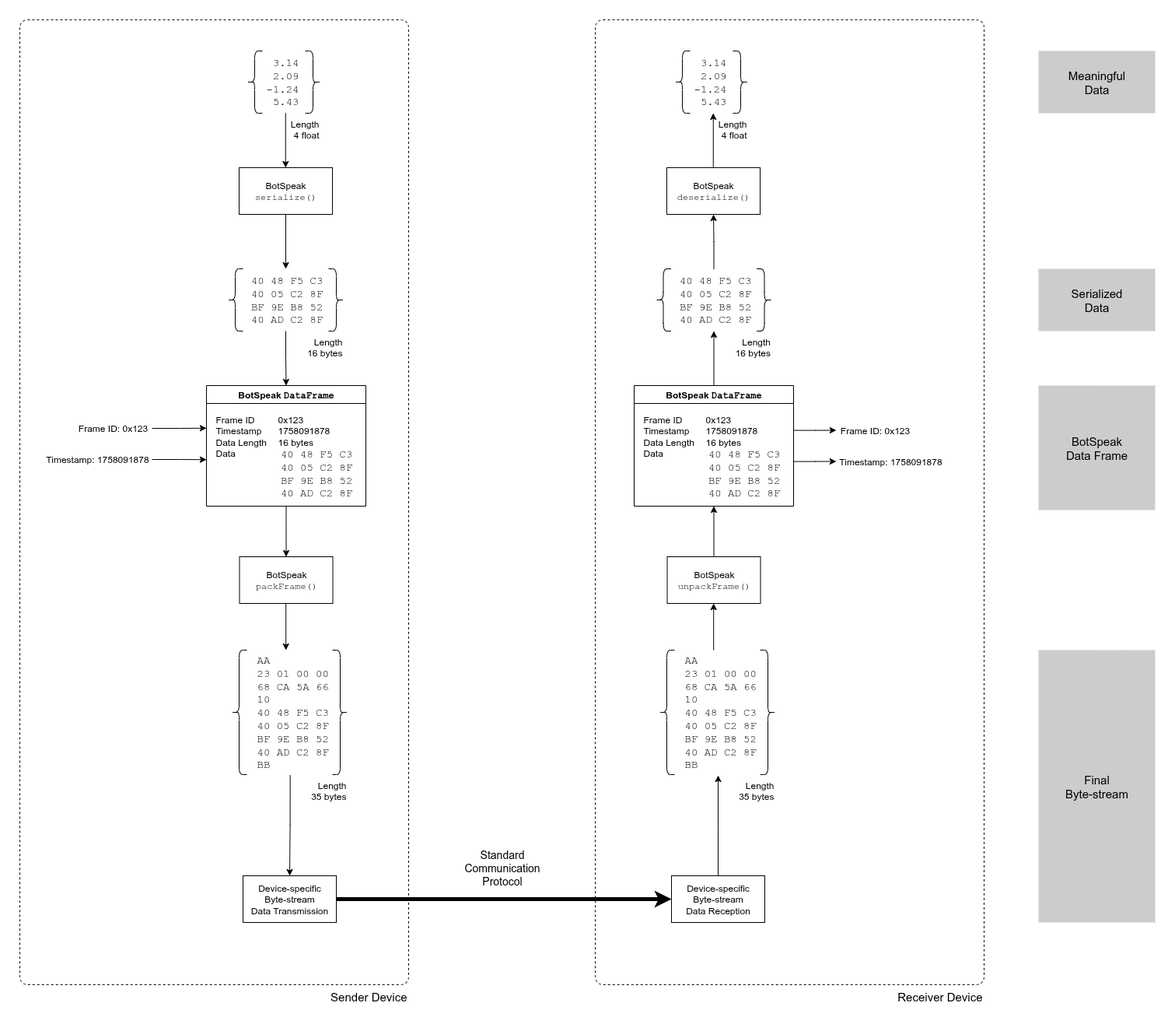
The draw.io diagram docs/usage-flow.drawio.png in eccentricOrange/BotSpeak, before a commit. Source tidied: cells renumbered, new cells last; positions are measured from the earlier drawing's top-left corner, leaving out a move shared by most shapes.
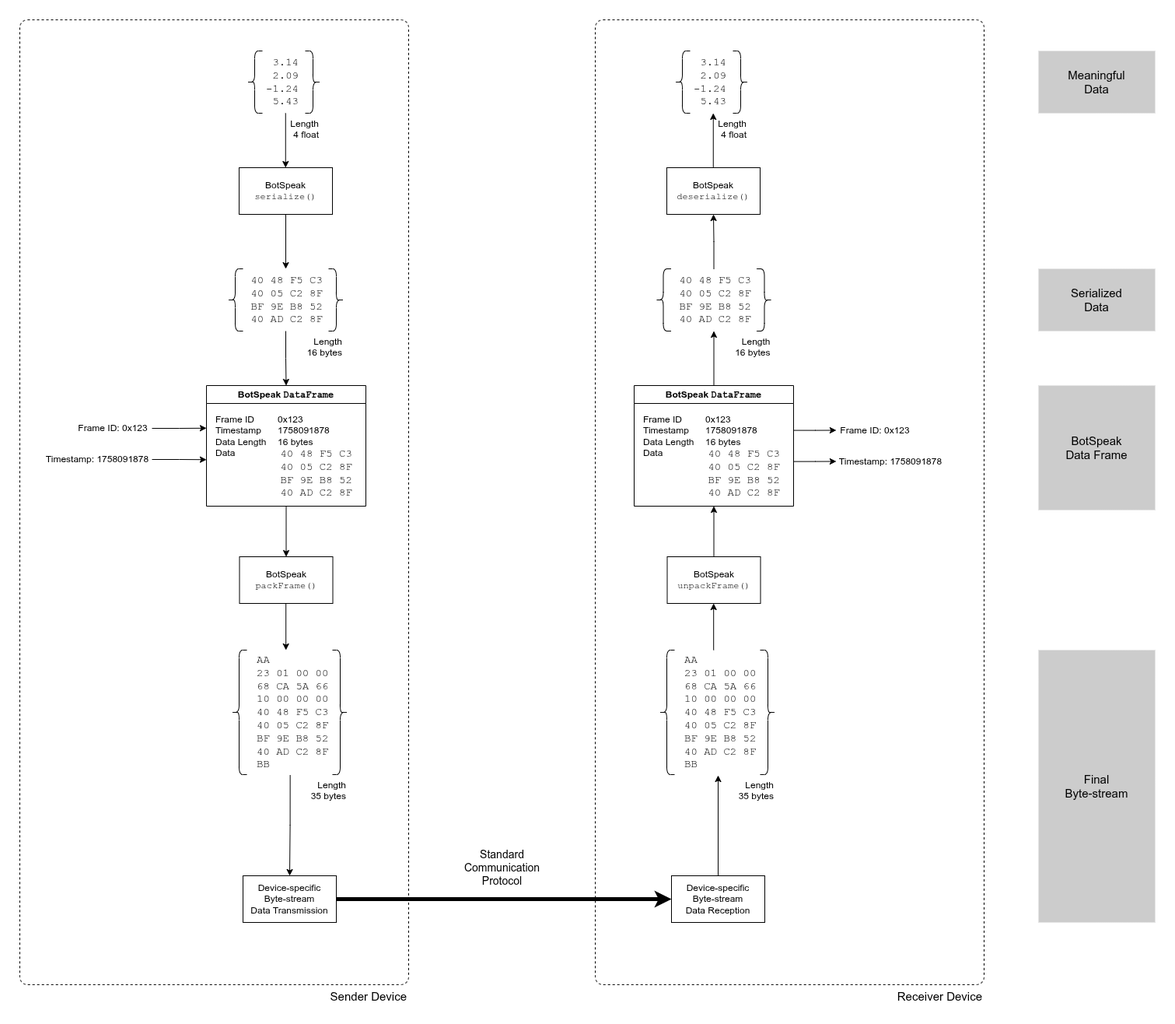
The same diagram one commit later.

What changed in the source:
```diff
@@ -69,7 +69,7 @@
     <mxCell id="21" style="shape=curlyBracket;whiteSpace=wrap;html=1;rounded=1;labelPosition=left;verticalLabelPosition=middle;align=right;verticalAlign=middle;direction=west;" parent="20" vertex="1">
       <mxGeometry x="130" width="20" height="160" as="geometry" />
     </mxCell>
-    <mxCell id="22" value="AA&lt;br&gt;23 01 00 00&lt;div&gt;68 CA 5A 66&lt;/div&gt;&lt;div&gt;10&lt;/div&gt;&lt;div&gt;40 48 F5 C3&lt;br&gt;40 05 C2 8F&lt;br&gt;BF 9E B8 52&lt;br&gt;40 AD C2 8F&lt;br&gt;BB&lt;/div&gt;" style="text;html=1;align=left;verticalAlign=middle;whiteSpace=wrap;rounded=0;fontFamily=Courier New;fontSize=14;" parent="20" vertex="1">
+    <mxCell id="22" value="AA&lt;br&gt;23 01 00 00&lt;div&gt;68 CA 5A 66&lt;/div&gt;&lt;div&gt;10 00 00 00&lt;/div&gt;&lt;div&gt;40 48 F5 C3&lt;br&gt;40 05 C2 8F&lt;br&gt;BF 9E B8 52&lt;br&gt;40 AD C2 8F&lt;br&gt;BB&lt;/div&gt;" style="text;html=1;align=left;verticalAlign=middle;whiteSpace=wrap;rounded=0;fontFamily=Courier New;fontSize=14;" parent="20" vertex="1">
       <mxGeometry x="31" width="99" height="160" as="geometry" />
     </mxCell>
     <mxCell id="23" style="shape=curlyBracket;whiteSpace=wrap;html=1;rounded=1;labelPosition=left;verticalLabelPosition=middle;align=right;verticalAlign=middle;" parent="20" vertex="1">
@@ -138,7 +138,7 @@
     <mxCell id="42" style="shape=curlyBracket;whiteSpace=wrap;html=1;rounded=1;labelPosition=left;verticalLabelPosition=middle;align=right;verticalAlign=middle;direction=west;" parent="41" vertex="1">
       <mxGeometry x="130" width="20" height="160" as="geometry" />
     </mxCell>
-    <mxCell id="43" value="AA&lt;br&gt;23 01 00 00&lt;div&gt;68 CA 5A 66&lt;/div&gt;&lt;div&gt;10&lt;/div&gt;&lt;div&gt;40 48 F5 C3&lt;br&gt;40 05 C2 8F&lt;br&gt;BF 9E B8 52&lt;br&gt;40 AD C2 8F&lt;br&gt;BB&lt;/div&gt;" style="text;html=1;align=left;verticalAlign=middle;whiteSpace=wrap;rounded=0;fontFamily=Courier New;fontSize=14;" parent="41" vertex="1">
+    <mxCell id="43" value="AA&lt;br&gt;23 01 00 00&lt;div&gt;68 CA 5A 66&lt;/div&gt;&lt;div&gt;10 00 00 00&lt;/div&gt;&lt;div&gt;40 48 F5 C3&lt;br&gt;40 05 C2 8F&lt;br&gt;BF 9E B8 52&lt;br&gt;40 AD C2 8F&lt;br&gt;BB&lt;/div&gt;" style="text;html=1;align=left;verticalAlign=middle;whiteSpace=wrap;rounded=0;fontFamily=Courier New;fontSize=14;" parent="41" vertex="1">
       <mxGeometry x="31" width="99" height="160" as="geometry" />
     </mxCell>
     <mxCell id="44" style="shape=curlyBracket;whiteSpace=wrap;html=1;rounded=1;labelPosition=left;verticalLabelPosition=middle;align=right;verticalAlign=middle;" parent="41" vertex="1">
```
